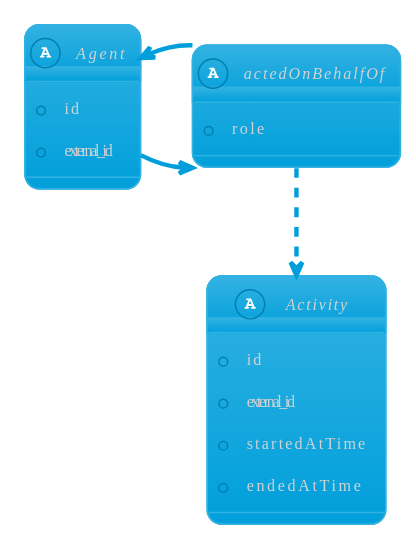
chronicleworks/chronicle keeps this PlantUML diagram as docs/diagrams/out/delegation.svg. Above is the earlier version.
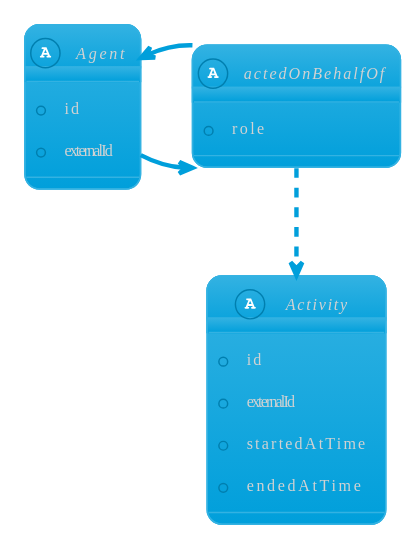
The same diagram one commit later.

Change to the diagram source:
```diff
@@ -3,12 +3,12 @@
 
 abstract Agent {
 + id
-+ external_id
++ externalId
 }
 
 abstract Activity {
 + id
-+ external_id
++ externalId
 + startedAtTime
 + endedAtTime
 }
```
